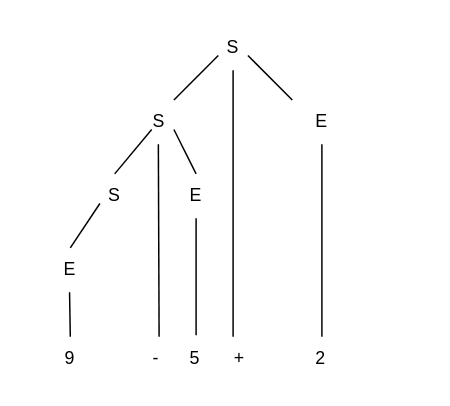
The draw.io diagram Compiler_Fig_04.drawio in asthanegi14/Software_Engineering, before the edit. Source tidied: cells renumbered, new cells numbered last; positions are measured from the earlier drawing's top-left corner, leaving out a move shared by most shapes. Both pictures are drawn from the tidied source at 148%, with x=0, y=0 at pixel (25, 25).
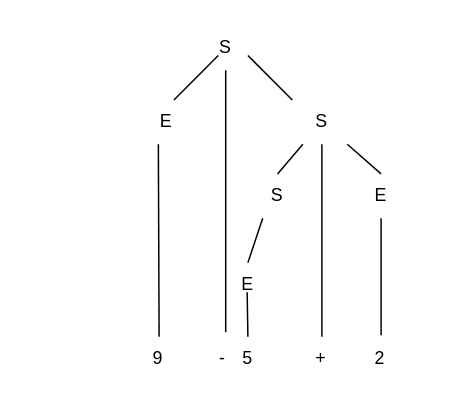
After the change.

The edit, as a diff of the source:
```diff
@@
     <mxCell id="2" value="S" style="text;html=1;strokeColor=none;fillColor=none;align=center;verticalAlign=middle;whiteSpace=wrap;rounded=0;" parent="1" vertex="1">
-      <mxGeometry x="110" width="60" height="30" as="geometry" />
+      <mxGeometry x="105" width="60" height="30" as="geometry" />
     </mxCell>
     <mxCell id="3" value="S" style="text;html=1;strokeColor=none;fillColor=none;align=center;verticalAlign=middle;whiteSpace=wrap;rounded=0;" parent="1" vertex="1">
-      <mxGeometry x="30" y="100" width="60" height="30" as="geometry" />
+      <mxGeometry x="140" y="100" width="60" height="30" as="geometry" />
     </mxCell>
     <mxCell id="4" value="S" style="text;html=1;strokeColor=none;fillColor=none;align=center;verticalAlign=middle;whiteSpace=wrap;rounded=0;" parent="1" vertex="1">
-      <mxGeometry x="60" y="50" width="60" height="30" as="geometry" />
+      <mxGeometry x="170" y="50" width="60" height="30" as="geometry" />
     </mxCell>
@@
-    <mxCell id="6" style="endArrow=none;html=1;rounded=0;" parent="1" edge="1">
+    <mxCell id="6" style="endArrow=none;html=1;rounded=0;" parent="1" edge="1" target="4">
       <mxGeometry relative="1" as="geometry">
-        <mxPoint x="60" y="100" as="sourcePoint" />
-        <mxPoint x="85" y="70" as="targetPoint" />
+        <mxPoint x="170" y="100" as="sourcePoint" />
       </mxGeometry>
     </mxCell>
     <mxCell id="7" value="E" style="text;html=1;strokeColor=none;fillColor=none;align=center;verticalAlign=middle;whiteSpace=wrap;rounded=0;" parent="1" vertex="1">
-      <mxGeometry x="170" y="50" width="60" height="30" as="geometry" />
+      <mxGeometry x="65" y="50" width="60" height="30" as="geometry" />
     </mxCell>
@@
     <mxCell id="9" value="E" style="text;html=1;strokeColor=none;fillColor=none;align=center;verticalAlign=middle;whiteSpace=wrap;rounded=0;" parent="1" vertex="1">
-      <mxGeometry y="150" width="60" height="30" as="geometry" />
+      <mxGeometry x="140" y="160" width="20" height="30" as="geometry" />
     </mxCell>
     <mxCell id="10" style="endArrow=none;html=1;rounded=0;" parent="1" edge="1">
       <mxGeometry relative="1" as="geometry">
-        <mxPoint x="30" y="150" as="sourcePoint" />
-        <mxPoint x="50" y="120" as="targetPoint" />
+        <mxPoint x="150" y="160" as="sourcePoint" />
+        <mxPoint x="160" y="130" as="targetPoint" />
       </mxGeometry>
     </mxCell>
     <mxCell id="11" value="E" style="text;html=1;strokeColor=none;fillColor=none;align=center;verticalAlign=middle;whiteSpace=wrap;rounded=0;" parent="1" vertex="1">
-      <mxGeometry x="85" y="100" width="60" height="30" as="geometry" />
+      <mxGeometry x="210" y="100" width="60" height="30" as="geometry" />
     </mxCell>
-    <mxCell id="12" style="endArrow=none;html=1;rounded=0;exitX=0.5;exitY=0;exitDx=0;exitDy=0;" parent="1" edge="1" source="11">
+    <mxCell id="12" style="endArrow=none;html=1;rounded=0;" parent="1" edge="1" target="4">
       <mxGeometry relative="1" as="geometry">
-        <mxPoint x="100" y="70" as="targetPoint" />
+        <mxPoint x="240" y="100" as="sourcePoint" />
       </mxGeometry>
     </mxCell>
     <mxCell id="13" style="endArrow=none;html=1;rounded=0;" parent="1" edge="1">
       <mxGeometry relative="1" as="geometry">
-        <mxPoint x="30" y="210" as="sourcePoint" />
-        <mxPoint x="29.5" y="180" as="targetPoint" />
+        <mxPoint x="150" y="210" as="sourcePoint" />
+        <mxPoint x="149.5" y="180" as="targetPoint" />
       </mxGeometry>
     </mxCell>
-    <mxCell id="14" value="9" style="text;html=1;strokeColor=none;fillColor=none;align=center;verticalAlign=middle;whiteSpace=wrap;rounded=0;" parent="1" vertex="1">
-      <mxGeometry y="210" width="60" height="30" as="geometry" />
+    <mxCell id="14" value="5" style="text;html=1;strokeColor=none;fillColor=none;align=center;verticalAlign=middle;whiteSpace=wrap;rounded=0;" parent="1" vertex="1">
+      <mxGeometry x="145" y="210" width="10" height="30" as="geometry" />
     </mxCell>
@@
-    <mxCell id="16" value="5" style="text;strokeColor=none;fillColor=none;align=left;verticalAlign=middle;spacingLeft=4;spacingRight=4;overflow=hidden;points=[[0,0.5],[1,0.5]];portConstraint=eastwest;whiteSpace=wrap;html=1;" parent="1" vertex="1">
-      <mxGeometry x="105" y="210" width="20" height="30" as="geometry" />
+    <mxCell id="16" value="2" style="text;strokeColor=none;fillColor=none;align=left;verticalAlign=middle;spacingLeft=4;spacingRight=4;overflow=hidden;points=[[0,0.5],[1,0.5]];portConstraint=eastwest;whiteSpace=wrap;html=1;" parent="1" vertex="1">
+      <mxGeometry x="230" y="210" width="20" height="30" as="geometry" />
     </mxCell>
-    <mxCell id="17" style="endArrow=none;html=1;rounded=0;entryX=0.5;entryY=1;entryDx=0;entryDy=0;" parent="1" edge="1" source="18" target="7">
-      <mxGeometry relative="1" as="geometry" />
+    <mxCell id="17" style="endArrow=none;html=1;rounded=0;" parent="1" edge="1" source="18">
+      <mxGeometry relative="1" as="geometry">
+        <mxPoint x="200" y="80" as="targetPoint" />
+      </mxGeometry>
     </mxCell>
-    <mxCell id="18" value="2" style="text;strokeColor=none;fillColor=none;align=left;verticalAlign=middle;spacingLeft=4;spacingRight=4;overflow=hidden;points=[[0,0.5],[1,0.5]];portConstraint=eastwest;whiteSpace=wrap;html=1;" parent="1" vertex="1">
+    <mxCell id="18" value="+" style="text;strokeColor=none;fillColor=none;align=left;verticalAlign=middle;spacingLeft=4;spacingRight=4;overflow=hidden;points=[[0,0.5],[1,0.5]];portConstraint=eastwest;whiteSpace=wrap;html=1;" parent="1" vertex="1">
       <mxGeometry x="190" y="210" width="20" height="30" as="geometry" />
     </mxCell>
-    <mxCell id="19" style="endArrow=none;html=1;rounded=0;entryX=0.5;entryY=1;entryDx=0;entryDy=0;" parent="1" edge="1" target="2">
-      <mxGeometry relative="1" as="geometry">
-        <mxPoint x="140" y="210" as="sourcePoint" />
-      </mxGeometry>
+    <mxCell id="19" style="endArrow=none;html=1;rounded=0;entryX=0.5;entryY=1;entryDx=0;entryDy=0;exitX=0.5;exitY=-0.1;exitDx=0;exitDy=0;exitPerimeter=0;" parent="1" edge="1" source="22" target="2">
+      <mxGeometry relative="1" as="geometry" />
     </mxCell>
@@
-    <mxCell id="21" value="-" style="text;strokeColor=none;fillColor=none;align=left;verticalAlign=middle;spacingLeft=4;spacingRight=4;overflow=hidden;whiteSpace=wrap;html=1;" parent="1" vertex="1">
+    <mxCell id="21" value="9" style="text;strokeColor=none;fillColor=none;align=left;verticalAlign=middle;spacingLeft=4;spacingRight=4;overflow=hidden;whiteSpace=wrap;html=1;" parent="1" vertex="1">
       <mxGeometry x="80" y="210" width="20" height="30" as="geometry" />
     </mxCell>
-    <mxCell id="22" value="+" style="text;strokeColor=none;fillColor=none;align=left;verticalAlign=middle;spacingLeft=4;spacingRight=4;overflow=hidden;points=[[0,0.5],[1,0.5]];portConstraint=eastwest;whiteSpace=wrap;html=1;" parent="1" vertex="1">
-      <mxGeometry x="135" y="210" width="20" height="30" as="geometry" />
+    <mxCell id="22" value="-" style="text;strokeColor=none;fillColor=none;align=left;verticalAlign=middle;spacingLeft=4;spacingRight=4;overflow=hidden;points=[[0,0.5],[1,0.5]];portConstraint=eastwest;whiteSpace=wrap;html=1;" parent="1" vertex="1">
+      <mxGeometry x="125" y="210" width="20" height="30" as="geometry" />
     </mxCell>
```
